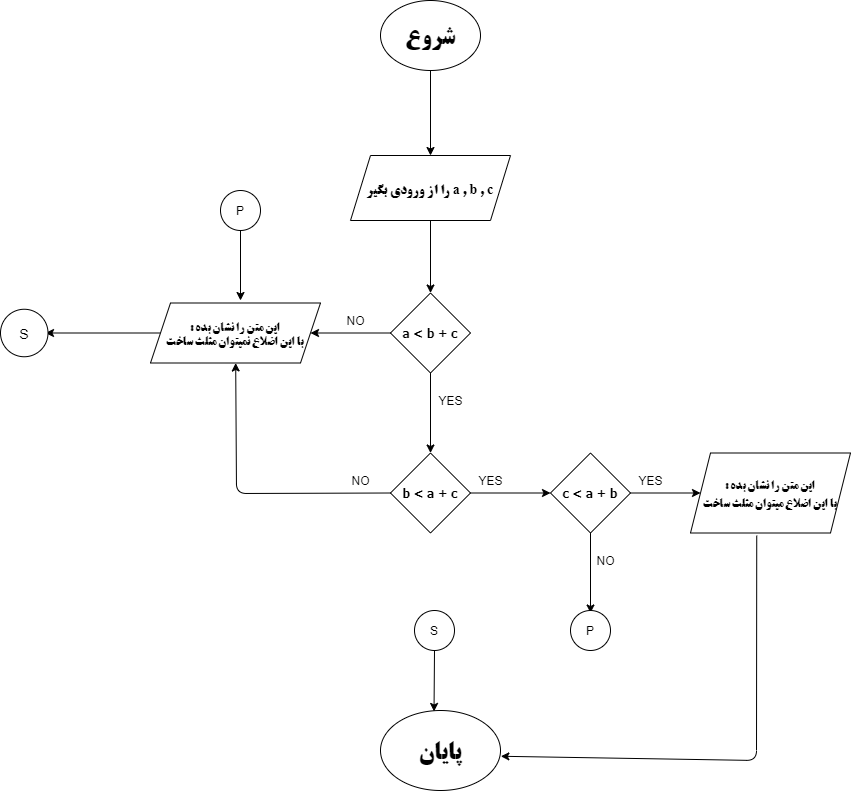
Above: Untitled Diagram.png in AbolfazlAslani/BTD_DTB (draw.io), before the change. Source tidied: cells renumbered, new cells last; positions are measured from the earlier drawing's top-left corner, leaving out a move shared by most shapes.
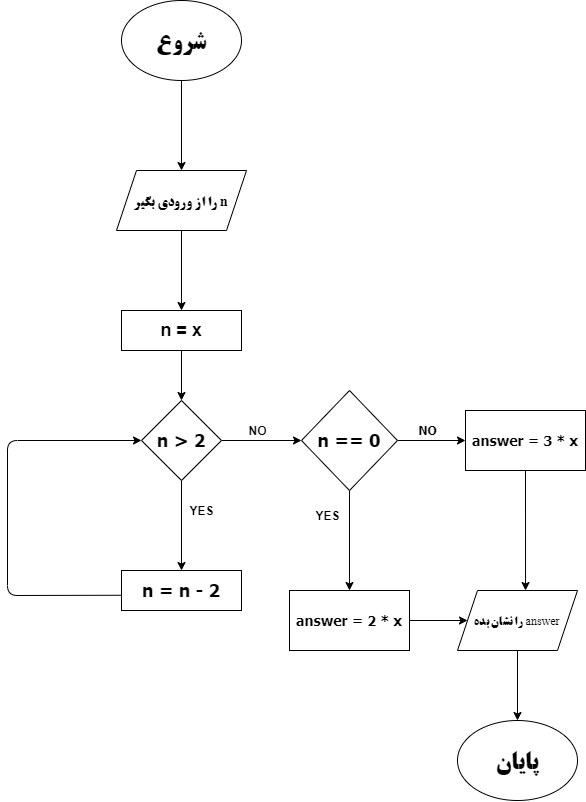
After the commit.

What changed in the source:
```diff
@@ -2,109 +2,87 @@
   <root>
     <mxCell id="0" />
     <mxCell id="1" parent="0" />
-    <mxCell id="2" style="edgeStyle=orthogonalEdgeStyle;rounded=0;jettySize=auto;html=1;" parent="1" edge="1" source="3" target="5">
-      <mxGeometry relative="1" as="geometry" />
-    </mxCell>
+    <mxCell id="32" style="edgeStyle=orthogonalEdgeStyle;rounded=0;jettySize=auto;html=1;" parent="1" edge="1" source="3" target="35">
+      <mxGeometry relative="1" as="geometry" />
+    </mxCell>
     <mxCell id="3" value="&lt;h1&gt;&lt;font face=&quot;B titr&quot;&gt;شروع&lt;/font&gt;&lt;/h1&gt;" style="ellipse;whiteSpace=wrap;html=1;" parent="1" vertex="1">
-      <mxGeometry x="380" width="100" height="70" as="geometry" />
+      <mxGeometry x="354" y="-10" width="120" height="80" as="geometry" />
     </mxCell>
-    <mxCell id="4" style="edgeStyle=orthogonalEdgeStyle;rounded=0;jettySize=auto;html=1;" parent="1" edge="1" source="5" target="7">
-      <mxGeometry relative="1" as="geometry" />
-    </mxCell>
-    <mxCell id="5" value="&lt;h3&gt;&lt;font face=&quot;B titr&quot;&gt;را از ورودی بگیر a , b , c&lt;/font&gt;&lt;/h3&gt;" style="shape=parallelogram;perimeter=parallelogramPerimeter;whiteSpace=wrap;html=1;fixedSize=1;" parent="1" vertex="1">
-      <mxGeometry x="350" y="155" width="160" height="65" as="geometry" />
-    </mxCell>
-    <mxCell id="6" style="edgeStyle=orthogonalEdgeStyle;rounded=0;jettySize=auto;html=1;" parent="1" edge="1" source="7" target="9">
-      <mxGeometry relative="1" as="geometry" />
-    </mxCell>
-    <mxCell id="7" value="&lt;font face=&quot;Tahoma&quot;&gt;&lt;b&gt;a &amp;lt; b + c&lt;/b&gt;&lt;/font&gt;" style="rhombus;whiteSpace=wrap;html=1;" parent="1" vertex="1">
-      <mxGeometry x="390" y="292.5" width="80" height="80" as="geometry" />
-    </mxCell>
-    <mxCell id="8" style="edgeStyle=orthogonalEdgeStyle;rounded=0;jettySize=auto;html=1;" parent="1" edge="1" source="9" target="17">
-      <mxGeometry relative="1" as="geometry" />
-    </mxCell>
-    <mxCell id="9" value="&lt;font face=&quot;Tahoma&quot;&gt;&lt;b&gt;b &amp;lt; a + c&lt;/b&gt;&lt;/font&gt;" style="rhombus;whiteSpace=wrap;html=1;" parent="1" vertex="1">
-      <mxGeometry x="390" y="452.5" width="80" height="80" as="geometry" />
-    </mxCell>
-    <mxCell id="10" style="edgeStyle=orthogonalEdgeStyle;rounded=0;jettySize=auto;html=1;" parent="1" edge="1" source="11">
-      <mxGeometry relative="1" as="geometry">
-        <mxPoint x="45" y="332.5" as="targetPoint" />
-      </mxGeometry>
-    </mxCell>
-    <mxCell id="11" value="&lt;h4 style=&quot;line-height: 120%&quot;&gt;&lt;b&gt;&lt;font face=&quot;B titr&quot;&gt;: این متن را نشان بده&lt;br&gt;&lt;/font&gt;&lt;/b&gt;&lt;b&gt;&lt;font face=&quot;B titr&quot;&gt;با این اضلاع نمیتوان مثلث ساخت&lt;/font&gt;&lt;/b&gt;&lt;/h4&gt;" style="shape=parallelogram;perimeter=parallelogramPerimeter;whiteSpace=wrap;html=1;fixedSize=1;" parent="1" vertex="1">
-      <mxGeometry x="150" y="302.5" width="170" height="60" as="geometry" />
-    </mxCell>
-    <mxCell id="12" value="NO" style="text;html=1;align=center;verticalAlign=middle;" parent="1" vertex="1">
-      <mxGeometry x="340" y="310" width="30" height="20" as="geometry" />
-    </mxCell>
-    <mxCell id="13" value="YES" style="text;html=1;align=center;verticalAlign=middle;" parent="1" vertex="1">
-      <mxGeometry x="430" y="390" width="40" height="20" as="geometry" />
-    </mxCell>
-    <mxCell id="14" style="endArrow=classic;html=1;exitX=0;exitY=0.5;exitDx=0;exitDy=0;entryX=1;entryY=0.5;entryDx=0;entryDy=0;" parent="1" edge="1" source="7" target="11">
-      <mxGeometry relative="1" as="geometry" />
-    </mxCell>
-    <mxCell id="15" style="edgeStyle=orthogonalEdgeStyle;rounded=0;jettySize=auto;html=1;" parent="1" edge="1" source="17" target="21">
-      <mxGeometry relative="1" as="geometry" />
-    </mxCell>
-    <mxCell id="16" style="edgeStyle=orthogonalEdgeStyle;rounded=0;jettySize=auto;html=1;" parent="1" edge="1" source="17">
-      <mxGeometry relative="1" as="geometry">
-        <mxPoint x="590" y="612.5" as="targetPoint" />
-      </mxGeometry>
-    </mxCell>
-    <mxCell id="17" value="&lt;font face=&quot;Tahoma&quot;&gt;&lt;b&gt;c &amp;lt; a + b&lt;/b&gt;&lt;/font&gt;" style="rhombus;whiteSpace=wrap;html=1;" parent="1" vertex="1">
-      <mxGeometry x="550" y="452.5" width="80" height="80" as="geometry" />
-    </mxCell>
-    <mxCell id="18" style="endArrow=classic;html=1;exitX=0;exitY=0.5;exitDx=0;exitDy=0;" parent="1" edge="1" source="9" target="11">
-      <mxGeometry relative="1" as="geometry">
-        <Array as="points">
-          <mxPoint x="236" y="493" />
-        </Array>
-      </mxGeometry>
-    </mxCell>
-    <mxCell id="19" value="NO" style="text;html=1;align=center;verticalAlign=middle;" parent="1" vertex="1">
-      <mxGeometry x="345" y="470" width="30" height="20" as="geometry" />
-    </mxCell>
-    <mxCell id="20" value="YES" style="text;html=1;align=center;verticalAlign=middle;" parent="1" vertex="1">
-      <mxGeometry x="470" y="470" width="40" height="20" as="geometry" />
-    </mxCell>
-    <mxCell id="21" value="&lt;h4 style=&quot;line-height: 150%&quot;&gt;&lt;font face=&quot;B titr&quot;&gt;: این متن را نشان بده&lt;br&gt;&lt;/font&gt;&lt;font face=&quot;B titr&quot;&gt;با این اضلاع میتوان مثلث ساخت&lt;/font&gt;&lt;/h4&gt;" style="shape=parallelogram;perimeter=parallelogramPerimeter;whiteSpace=wrap;html=1;fixedSize=1;" parent="1" vertex="1">
-      <mxGeometry x="690" y="452.5" width="160" height="80" as="geometry" />
-    </mxCell>
-    <mxCell id="22" value="YES" style="text;html=1;align=center;verticalAlign=middle;" parent="1" vertex="1">
-      <mxGeometry x="630" y="470" width="40" height="20" as="geometry" />
-    </mxCell>
-    <mxCell id="23" value="P" style="ellipse;whiteSpace=wrap;html=1;" parent="1" vertex="1">
-      <mxGeometry x="570" y="610" width="40" height="40" as="geometry" />
-    </mxCell>
-    <mxCell id="24" value="NO" style="text;html=1;align=center;verticalAlign=middle;" parent="1" vertex="1">
-      <mxGeometry x="590" y="550" width="30" height="20" as="geometry" />
-    </mxCell>
-    <mxCell id="25" value="P" style="ellipse;whiteSpace=wrap;html=1;" parent="1" vertex="1">
-      <mxGeometry x="220" y="190" width="40" height="40" as="geometry" />
-    </mxCell>
-    <mxCell id="26" style="endArrow=classic;html=1;exitX=0.5;exitY=1;exitDx=0;exitDy=0;" parent="1" edge="1" source="25">
-      <mxGeometry relative="1" as="geometry">
-        <mxPoint x="240" y="300" as="targetPoint" />
-      </mxGeometry>
-    </mxCell>
+    <mxCell id="33" style="edgeStyle=orthogonalEdgeStyle;rounded=0;jettySize=auto;html=1;" parent="1" edge="1" target="38">
+      <mxGeometry relative="1" as="geometry">
+        <mxPoint x="414" y="320" as="sourcePoint" />
+      </mxGeometry>
+    </mxCell>
+    <mxCell id="34" style="edgeStyle=orthogonalEdgeStyle;rounded=0;jettySize=auto;html=1;" parent="1" edge="1" source="35" target="47">
+      <mxGeometry relative="1" as="geometry" />
+    </mxCell>
+    <mxCell id="35" value="&lt;h3&gt;&lt;font face=&quot;B titr&quot;&gt;را از ورودی بگیر n&lt;/font&gt;&lt;/h3&gt;" style="shape=parallelogram;perimeter=parallelogramPerimeter;whiteSpace=wrap;html=1;fixedSize=1;" parent="1" vertex="1">
+      <mxGeometry x="349" y="160" width="130" height="60" as="geometry" />
+    </mxCell>
+    <mxCell id="36" style="edgeStyle=orthogonalEdgeStyle;rounded=0;jettySize=auto;html=1;" parent="1" edge="1" source="38" target="39">
+      <mxGeometry relative="1" as="geometry" />
+    </mxCell>
+    <mxCell id="37" style="edgeStyle=orthogonalEdgeStyle;rounded=0;jettySize=auto;html=1;" parent="1" edge="1" source="38" target="44">
+      <mxGeometry relative="1" as="geometry" />
+    </mxCell>
+    <mxCell id="38" value="&lt;h2&gt;&lt;b&gt;&lt;font face=&quot;Tahoma&quot;&gt;n &amp;gt; 2&lt;/font&gt;&lt;/b&gt;&lt;/h2&gt;" style="rhombus;whiteSpace=wrap;html=1;" parent="1" vertex="1">
+      <mxGeometry x="374" y="390" width="80" height="80" as="geometry" />
+    </mxCell>
+    <mxCell id="39" value="&lt;h2&gt;&lt;b&gt;&lt;font face=&quot;Tahoma&quot;&gt;n = n - 2&lt;/font&gt;&lt;/b&gt;&lt;/h2&gt;" style="whiteSpace=wrap;html=1;" parent="1" vertex="1">
+      <mxGeometry x="354" y="560" width="120" height="40" as="geometry" />
+    </mxCell>
+    <mxCell id="40" style="endArrow=classic;html=1;exitX=0.001;exitY=0.619;exitDx=0;exitDy=0;exitPerimeter=0;entryX=0;entryY=0.5;entryDx=0;entryDy=0;" parent="1" edge="1" source="39" target="38">
+      <mxGeometry relative="1" as="geometry">
+        <Array as="points">
+          <mxPoint x="240" y="585" />
+          <mxPoint x="240" y="430" />
+        </Array>
+      </mxGeometry>
+    </mxCell>
+    <mxCell id="41" value="&lt;b&gt;YES&lt;/b&gt;" style="text;html=1;align=center;verticalAlign=middle;" parent="1" vertex="1">
+      <mxGeometry x="414" y="490" width="40" height="20" as="geometry" />
+    </mxCell>
+    <mxCell id="42" style="edgeStyle=orthogonalEdgeStyle;rounded=0;jettySize=auto;html=1;" parent="1" edge="1" source="44" target="46">
+      <mxGeometry relative="1" as="geometry" />
+    </mxCell>
+    <mxCell id="43" style="edgeStyle=orthogonalEdgeStyle;rounded=0;jettySize=auto;html=1;" parent="1" edge="1" source="44" target="49">
+      <mxGeometry relative="1" as="geometry" />
+    </mxCell>
+    <mxCell id="44" value="&lt;h2&gt;&lt;font face=&quot;Tahoma&quot;&gt;n == 0&lt;/font&gt;&lt;/h2&gt;" style="rhombus;whiteSpace=wrap;html=1;" parent="1" vertex="1">
+      <mxGeometry x="534" y="380" width="96" height="100" as="geometry" />
+    </mxCell>
+    <mxCell id="45" value="&lt;b&gt;NO&lt;/b&gt;" style="text;html=1;align=center;verticalAlign=middle;" parent="1" vertex="1">
+      <mxGeometry x="475" y="410" width="30" height="20" as="geometry" />
+    </mxCell>
+    <mxCell id="46" value="&lt;h3&gt;&lt;font face=&quot;Tahoma&quot;&gt;answer = 2 * x&lt;/font&gt;&lt;/h3&gt;" style="whiteSpace=wrap;html=1;" parent="1" vertex="1">
+      <mxGeometry x="522" y="580" width="120" height="60" as="geometry" />
+    </mxCell>
+    <mxCell id="47" value="&lt;h2&gt;&lt;b&gt;n = x&lt;/b&gt;&lt;/h2&gt;" style="whiteSpace=wrap;html=1;" parent="1" vertex="1">
+      <mxGeometry x="354" y="300" width="120" height="40" as="geometry" />
+    </mxCell>
+    <mxCell id="48" value="&lt;b&gt;YES&lt;/b&gt;" style="text;html=1;align=center;verticalAlign=middle;" parent="1" vertex="1">
+      <mxGeometry x="540" y="495" width="40" height="20" as="geometry" />
+    </mxCell>
+    <mxCell id="49" value="&lt;h3&gt;&lt;b&gt;&lt;font face=&quot;Tahoma&quot;&gt;answer = 3 * x&lt;/font&gt;&lt;/b&gt;&lt;/h3&gt;" style="whiteSpace=wrap;html=1;" parent="1" vertex="1">
+      <mxGeometry x="698" y="400" width="120" height="60" as="geometry" />
+    </mxCell>
+    <mxCell id="50" value="&lt;b&gt;&lt;font face=&quot;Tahoma&quot;&gt;NO&lt;/font&gt;&lt;/b&gt;" style="text;html=1;align=center;verticalAlign=middle;" parent="1" vertex="1">
+      <mxGeometry x="645" y="410" width="30" height="20" as="geometry" />
+    </mxCell>
+    <mxCell id="51" style="edgeStyle=orthogonalEdgeStyle;rounded=0;jettySize=auto;html=1;" parent="1" edge="1" source="52" target="27">
+      <mxGeometry relative="1" as="geometry" />
+    </mxCell>
+    <mxCell id="52" value="&lt;font face=&quot;B titr&quot;&gt;را نشان بده answer&lt;/font&gt;" style="shape=parallelogram;perimeter=parallelogramPerimeter;whiteSpace=wrap;html=1;fixedSize=1;" parent="1" vertex="1">
+      <mxGeometry x="690" y="580" width="120" height="60" as="geometry" />
+    </mxCell>
+    <mxCell id="53" style="endArrow=classic;html=1;exitX=0.5;exitY=1;exitDx=0;exitDy=0;entryX=0.567;entryY=0;entryDx=0;entryDy=0;entryPerimeter=0;" parent="1" edge="1" source="49" target="52">
+      <mxGeometry relative="1" as="geometry" />
+    </mxCell>
+    <mxCell id="54" style="endArrow=classic;html=1;exitX=1;exitY=0.5;exitDx=0;exitDy=0;" parent="1" edge="1" source="46" target="52">
+      <mxGeometry relative="1" as="geometry" />
+    </mxCell>
-    <mxCell id="27" value="&lt;h1&gt;&lt;b&gt;&lt;font face=&quot;B titr&quot;&gt;پایان&lt;/font&gt;&lt;/b&gt;&lt;/h1&gt;" style="ellipse;whiteSpace=wrap;html=1;" parent="1" vertex="1">
-      <mxGeometry x="380" y="710" width="120" height="80" as="geometry" />
+    <mxCell id="27" value="&lt;h1&gt;&lt;font face=&quot;B titr&quot;&gt;پایان&lt;/font&gt;&lt;/h1&gt;" style="ellipse;whiteSpace=wrap;html=1;" parent="1" vertex="1">
+      <mxGeometry x="690" y="710" width="120" height="80" as="geometry" />
     </mxCell>
-    <mxCell id="28" style="endArrow=classic;html=1;exitX=0.414;exitY=1.033;exitDx=0;exitDy=0;exitPerimeter=0;entryX=1.003;entryY=0.572;entryDx=0;entryDy=0;entryPerimeter=0;" parent="1" edge="1" source="21" target="27">
-      <mxGeometry relative="1" as="geometry">
-        <Array as="points">
-          <mxPoint x="756" y="760" />
-        </Array>
-      </mxGeometry>
-    </mxCell>
-    <mxCell id="29" value="&lt;h3&gt;&lt;span style=&quot;font-weight: normal&quot;&gt;S&lt;/span&gt;&lt;/h3&gt;" style="ellipse;whiteSpace=wrap;html=1;" parent="1" vertex="1">
-      <mxGeometry y="308.8" width="47.5" height="47.5" as="geometry" />
-    </mxCell>
-    <mxCell id="30" value="S" style="ellipse;whiteSpace=wrap;html=1;" parent="1" vertex="1">
-      <mxGeometry x="414" y="610" width="40" height="40" as="geometry" />
-    </mxCell>
-    <mxCell id="31" style="endArrow=classic;html=1;exitX=0.5;exitY=1;exitDx=0;exitDy=0;entryX=0.446;entryY=0.012;entryDx=0;entryDy=0;entryPerimeter=0;" parent="1" edge="1" source="30" target="27">
-      <mxGeometry relative="1" as="geometry" />
-    </mxCell>
   </root>
 </mxGraphModel>
```
